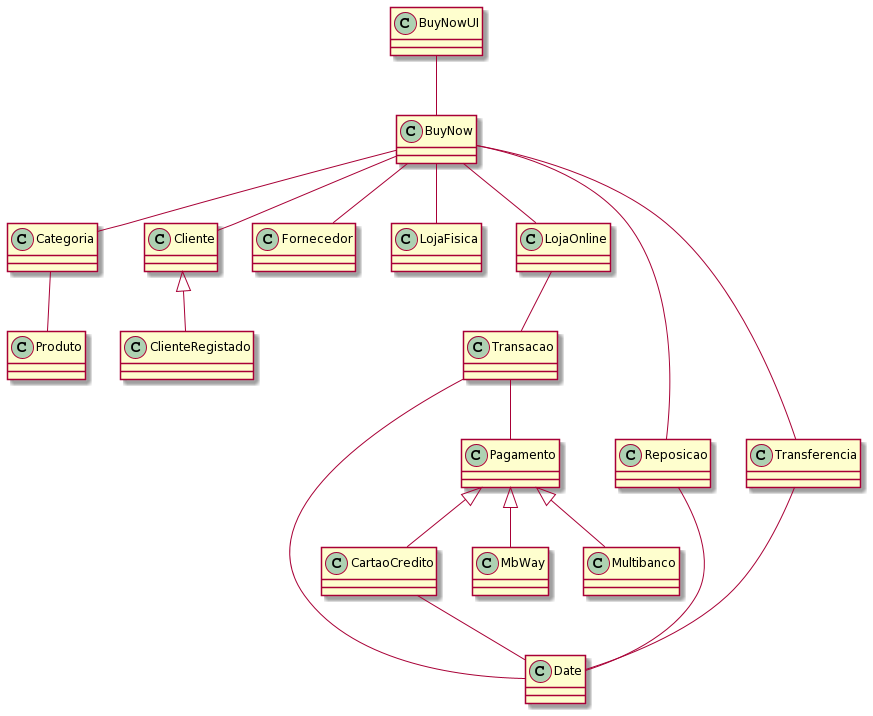
This is Diagrama Classes e Site/Diagrama de Classes.png from ruialves35/Projeto-AEDA, a PlantUML export, as it was before one commit. Its diagram source:
```plantuml
@startuml
class CartaoCredito {

}

class Categoria{

}

class Cliente{

}

class ClienteRegistado{

}

class Date{

}

class Fornecedor {

}

class LojaFisica {

}

class LojaOnline {

}

class MbWay {

}

class Multibanco {

}

class Pagamento {

}

class Produto {

}

class Reposicao {

}

class Transacao {

}

class Transferencia {

}

class BuyNow {

}

class BuyNowUI {

}

BuyNowUI -- BuyNow
BuyNow -- LojaFisica
BuyNow -- LojaOnline
BuyNow -- Categoria
BuyNow -- Cliente
BuyNow -- Fornecedor
BuyNow -- Reposicao
BuyNow -- Transferencia
Transferencia -- Date
Reposicao -- Date
Categoria -- Produto
LojaOnline -- Transacao
Pagamento <|-- MbWay
Pagamento <|-- CartaoCredito
Pagamento <|-- Multibanco
Transacao -- Date
Transacao -- Pagamento
CartaoCredito -- Date
Cliente <|-- ClienteRegistado
@enduml
```
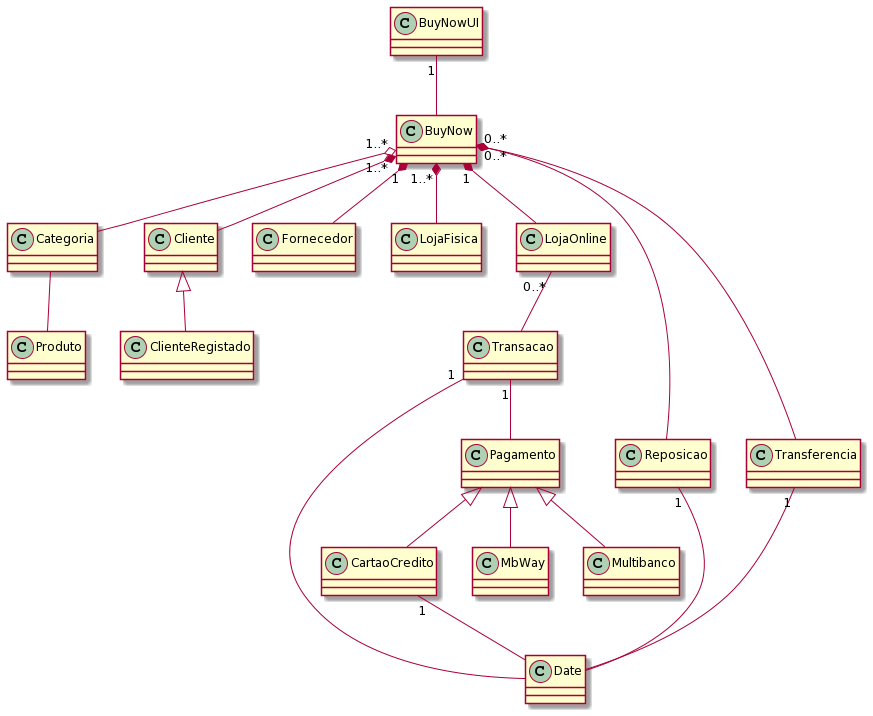
Later version of the same file.

Commit message:
diagrama de classes, readme

The edit, as a diff of the source:
```diff
@@ -67,23 +67,23 @@
 
 }
 
-BuyNowUI -- BuyNow
-BuyNow -- LojaFisica
-BuyNow -- LojaOnline
-BuyNow -- Categoria
-BuyNow -- Cliente
-BuyNow -- Fornecedor
-BuyNow -- Reposicao
-BuyNow -- Transferencia
-Transferencia -- Date
-Reposicao -- Date
+BuyNowUI "1" -- BuyNow
+BuyNow "1..*" *-- LojaFisica
+BuyNow "1" *-- LojaOnline
+BuyNow "1..*" o-- Categoria
+BuyNow "1..*" *-- Cliente
+BuyNow "1" *-- Fornecedor
+BuyNow "0..*" *-- Reposicao
+BuyNow "0..*" *-- Transferencia
+Transferencia "1" -- Date
+Reposicao "1" -- Date
 Categoria -- Produto
-LojaOnline -- Transacao
+LojaOnline "0..*" -- Transacao
 Pagamento <|-- MbWay
 Pagamento <|-- CartaoCredito
 Pagamento <|-- Multibanco
-Transacao -- Date
-Transacao -- Pagamento
-CartaoCredito -- Date
+Transacao "1" -- Date
+Transacao "1" -- Pagamento
+CartaoCredito "1" -- Date
 Cliente <|-- ClienteRegistado
 @enduml
```
